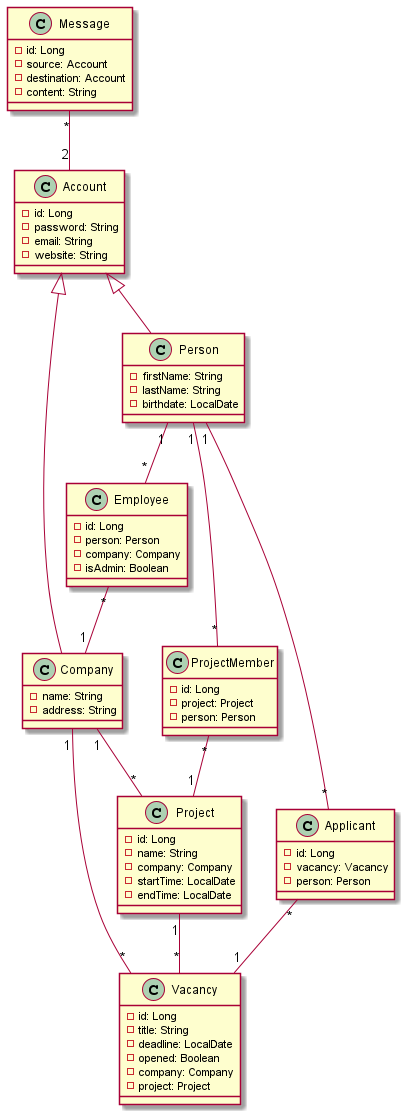
This is cld/cld.png from DirectorsView/documentation, a PlantUML export, as it was before one commit.
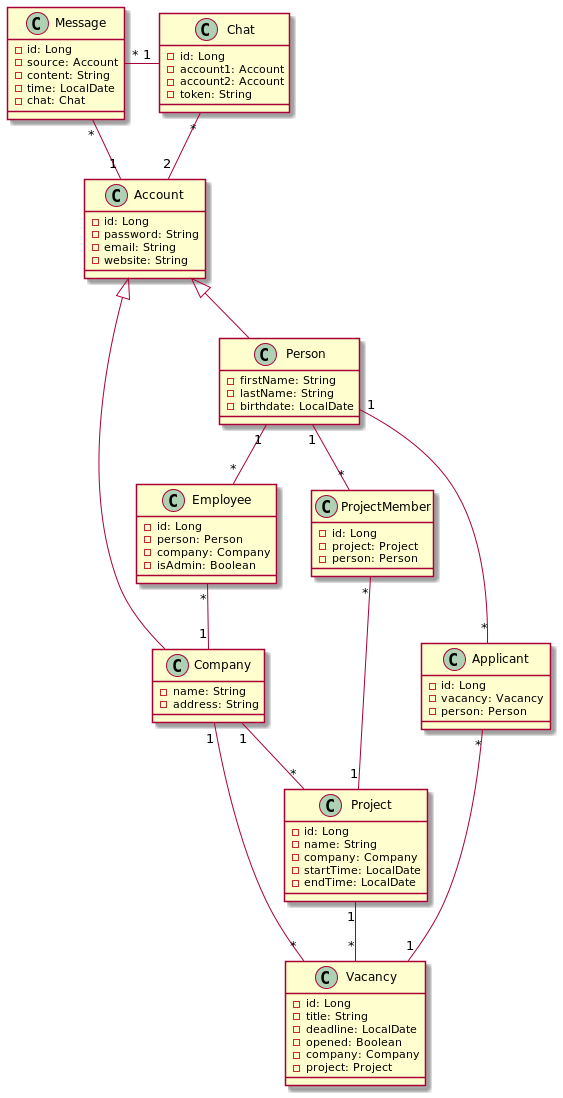
The same diagram one commit later.

Commit message:
update CLD (add websockets)

What changed in the source:
```diff
@@ -44,8 +44,9 @@
 class Message {
 - id: Long
 - source: Account
-- destination: Account
 - content: String
+- time: LocalDate
+- chat: Chat
 }
 
 class Employee {
@@ -61,16 +62,25 @@
 - person: Person
 }
 
+class Chat {
+- id: Long
+- account1: Account
+- account2: Account
+- token: String
+}
+
 Account <|-- Company
 Account <|-- Person
 Company "1" -- "*" Project
 Company "1" -- "*" Vacancy
 Applicant "*" -- "1" Vacancy
 Person "1" -- "*" Applicant
-Message "*" -- "2" Account
+Message "*" -- "1" Account
 Project "1" -- "*" Vacancy
 Employee "*" -- "1" Company
 Person "1" -- "*" Employee
 ProjectMember "*" -- "1" Project
 Person "1" -- "*" ProjectMember
+Chat "1" -left- "*" Message
+Chat "*" -- "2" Account
 @enduml
```
